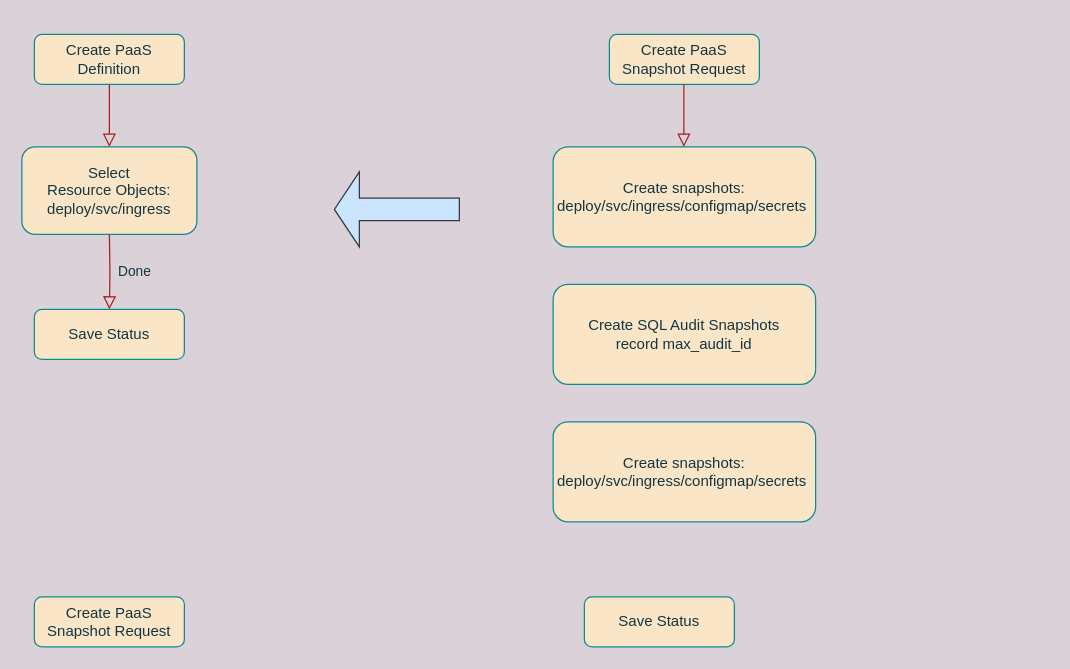
Earlier version of the draw.io diagram create_paas_definition_flow.drawio (Owenxh/docs). Source tidied: cells renumbered, new cells numbered last; positions are measured from the earlier drawing's top-left corner, leaving out a move shared by most shapes. Both pictures are drawn from the tidied source at 125%, with x=0, y=0 at pixel (21, 34).
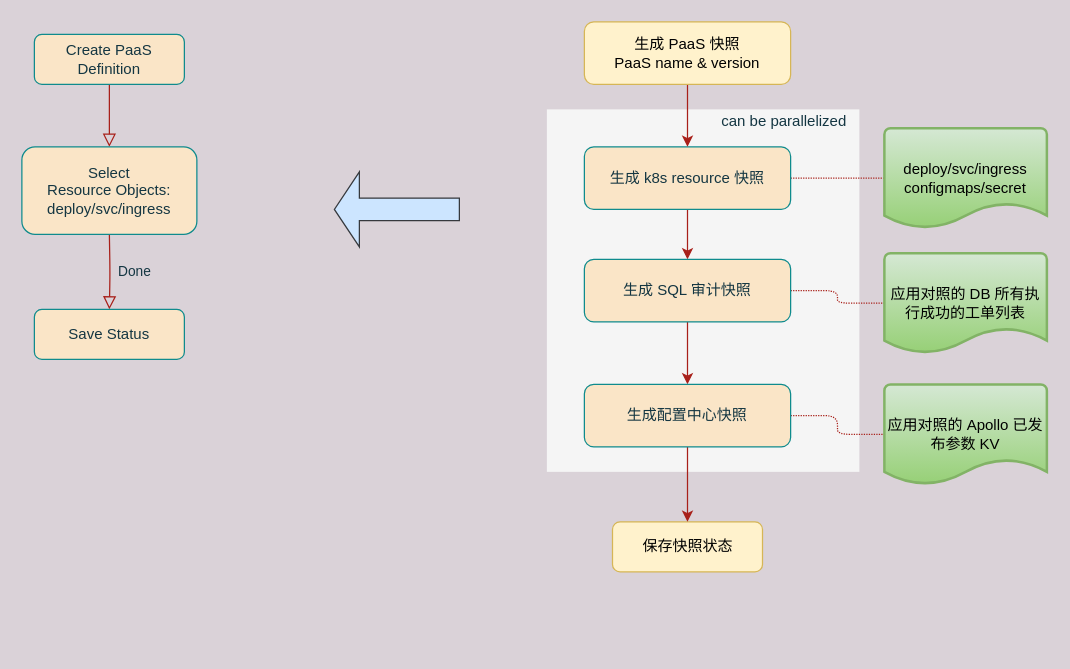
The same page after the edit.

The edit, as a diff of the source:
```diff
@@
+    <mxCell id="15" style="rounded=0;whiteSpace=wrap;html=1;sketch=0;fontColor=#333333;strokeColor=none;fillColor=#f5f5f5;align=left;" parent="1" vertex="1">
+      <mxGeometry x="420" y="60" width="250" height="290" as="geometry" />
+    </mxCell>
@@
-    <mxCell id="7" value="Create PaaS Snapshot Request" style="rounded=1;whiteSpace=wrap;html=1;fontSize=12;glass=0;strokeWidth=1;shadow=0;fillColor=#FAE5C7;strokeColor=#0F8B8D;fontColor=#143642;" parent="1" vertex="1">
-      <mxGeometry x="470" width="120" height="40" as="geometry" />
-    </mxCell>
-    <mxCell id="8" style="rounded=1;html=1;jettySize=auto;orthogonalLoop=1;fontSize=11;endArrow=block;endFill=0;endSize=8;strokeWidth=1;shadow=0;labelBackgroundColor=none;edgeStyle=orthogonalEdgeStyle;strokeColor=#A8201A;fontColor=#143642;" parent="1" edge="1">
-      <mxGeometry relative="1" as="geometry">
-        <mxPoint x="529.6" y="40" as="sourcePoint" />
-        <mxPoint x="529.6" y="90" as="targetPoint" />
-      </mxGeometry>
-    </mxCell>
-    <mxCell id="9" value="Create snapshots:&lt;br&gt;deploy/svc/ingress/configmap/secrets&amp;nbsp;" style="rounded=1;whiteSpace=wrap;html=1;fontSize=12;glass=0;strokeWidth=1;shadow=0;fillColor=#FAE5C7;strokeColor=#0F8B8D;fontColor=#143642;" parent="1" vertex="1">
-      <mxGeometry x="425" y="90" width="210" height="80" as="geometry" />
-    </mxCell>
-    <mxCell id="10" value="Save Status" style="rounded=1;whiteSpace=wrap;html=1;fontSize=12;glass=0;strokeWidth=1;shadow=0;fillColor=#FAE5C7;strokeColor=#0F8B8D;fontColor=#143642;" parent="1" vertex="1">
-      <mxGeometry x="450" y="450" width="120" height="40" as="geometry" />
+    <mxCell id="10" value="保存快照状态" style="rounded=1;whiteSpace=wrap;html=1;fontSize=12;glass=0;strokeWidth=1;shadow=0;fillColor=#fff2cc;strokeColor=#d6b656;" parent="1" vertex="1">
+      <mxGeometry x="472.5" y="390" width="120" height="40" as="geometry" />
     </mxCell>
@@
-    <mxCell id="12" value="Create PaaS Snapshot Request" style="rounded=1;whiteSpace=wrap;html=1;fontSize=12;glass=0;strokeWidth=1;shadow=0;fillColor=#FAE5C7;strokeColor=#0F8B8D;fontColor=#143642;" parent="1" vertex="1">
-      <mxGeometry x="10" y="450" width="120" height="40" as="geometry" />
-    </mxCell>
-    <mxCell id="13" value="Create SQL Audit Snapshots&lt;br&gt;record max_audit_id" style="rounded=1;whiteSpace=wrap;html=1;fontSize=12;glass=0;strokeWidth=1;shadow=0;fillColor=#FAE5C7;strokeColor=#0F8B8D;fontColor=#143642;" parent="1" vertex="1">
-      <mxGeometry x="425" y="200" width="210" height="80" as="geometry" />
-    </mxCell>
-    <mxCell id="14" value="Create snapshots:&lt;br&gt;deploy/svc/ingress/configmap/secrets&amp;nbsp;" style="rounded=1;whiteSpace=wrap;html=1;fontSize=12;glass=0;strokeWidth=1;shadow=0;fillColor=#FAE5C7;strokeColor=#0F8B8D;fontColor=#143642;" parent="1" vertex="1">
-      <mxGeometry x="425" y="310" width="210" height="80" as="geometry" />
-    </mxCell>
+    <mxCell id="16" style="edgeStyle=orthogonalEdgeStyle;curved=0;rounded=1;sketch=0;jettySize=auto;html=1;fontColor=#143642;strokeColor=#A8201A;fillColor=#FAE5C7;" parent="1" edge="1" source="18" target="21">
+      <mxGeometry relative="1" as="geometry" />
+    </mxCell>
+    <mxCell id="17" style="edgeStyle=orthogonalEdgeStyle;curved=0;rounded=1;sketch=0;jettySize=auto;html=1;fontColor=#143642;strokeColor=#A8201A;fillColor=#FAE5C7;dashed=1;dashPattern=1 1;endArrow=none;endFill=0;" parent="1" edge="1" source="18" target="27">
+      <mxGeometry relative="1" as="geometry" />
+    </mxCell>
+    <mxCell id="18" value="生成 k8s resource 快照" style="rounded=1;whiteSpace=wrap;html=1;fontSize=12;glass=0;strokeWidth=1;shadow=0;fillColor=#FAE5C7;strokeColor=#0F8B8D;fontColor=#143642;" parent="1" vertex="1">
+      <mxGeometry x="450" y="90" width="165" height="50" as="geometry" />
+    </mxCell>
+    <mxCell id="19" style="edgeStyle=orthogonalEdgeStyle;curved=0;rounded=1;sketch=0;jettySize=auto;html=1;fontColor=#143642;strokeColor=#A8201A;fillColor=#FAE5C7;" parent="1" edge="1" source="21" target="24">
+      <mxGeometry relative="1" as="geometry" />
+    </mxCell>
+    <mxCell id="20" style="edgeStyle=orthogonalEdgeStyle;curved=0;rounded=1;sketch=0;jettySize=auto;html=1;fontColor=#143642;strokeColor=#A8201A;fillColor=#FAE5C7;dashed=1;dashPattern=1 1;endArrow=none;endFill=0;" parent="1" edge="1" source="21" target="28">
+      <mxGeometry relative="1" as="geometry" />
+    </mxCell>
+    <mxCell id="21" value="生成 SQL 审计快照" style="rounded=1;whiteSpace=wrap;html=1;fontSize=12;glass=0;strokeWidth=1;shadow=0;fillColor=#FAE5C7;strokeColor=#0F8B8D;fontColor=#143642;" parent="1" vertex="1">
+      <mxGeometry x="450" y="180" width="165" height="50" as="geometry" />
+    </mxCell>
+    <mxCell id="22" style="edgeStyle=orthogonalEdgeStyle;curved=0;rounded=1;sketch=0;jettySize=auto;html=1;fontColor=#143642;strokeColor=#A8201A;fillColor=#FAE5C7;" parent="1" edge="1" source="24" target="10">
+      <mxGeometry relative="1" as="geometry" />
+    </mxCell>
+    <mxCell id="23" style="edgeStyle=orthogonalEdgeStyle;curved=0;rounded=1;sketch=0;jettySize=auto;html=1;dashed=1;dashPattern=1 1;fontColor=#143642;endArrow=none;endFill=0;strokeColor=#A8201A;fillColor=#FAE5C7;" parent="1" edge="1" source="24" target="29">
+      <mxGeometry relative="1" as="geometry" />
+    </mxCell>
+    <mxCell id="24" value="生成配置中心快照" style="rounded=1;whiteSpace=wrap;html=1;fontSize=12;glass=0;strokeWidth=1;shadow=0;fillColor=#FAE5C7;strokeColor=#0F8B8D;fontColor=#143642;" parent="1" vertex="1">
+      <mxGeometry x="450" y="280" width="165" height="50" as="geometry" />
+    </mxCell>
+    <mxCell id="25" style="edgeStyle=orthogonalEdgeStyle;curved=0;rounded=1;sketch=0;jettySize=auto;html=1;fontColor=#143642;strokeColor=#A8201A;fillColor=#FAE5C7;" parent="1" edge="1" source="26" target="18">
+      <mxGeometry relative="1" as="geometry" />
+    </mxCell>
+    <mxCell id="26" value="生成 PaaS 快照&lt;br&gt;PaaS name &amp;amp; version" style="rounded=1;whiteSpace=wrap;html=1;fontSize=12;glass=0;strokeWidth=1;shadow=0;fillColor=#fff2cc;strokeColor=#d6b656;" parent="1" vertex="1">
+      <mxGeometry x="450" y="-10" width="165" height="50" as="geometry" />
+    </mxCell>
+    <mxCell id="27" value="deploy/svc/ingress&lt;br&gt;configmaps/secret" style="strokeWidth=2;html=1;shape=mxgraph.flowchart.document2;whiteSpace=wrap;size=0.25;rounded=0;sketch=0;fillColor=#d5e8d4;gradientColor=#97d077;strokeColor=#82b366;" parent="1" vertex="1">
+      <mxGeometry x="690" y="75" width="130" height="80" as="geometry" />
+    </mxCell>
+    <mxCell id="28" value="应用对照的 DB 所有执行成功的工单列表" style="strokeWidth=2;html=1;shape=mxgraph.flowchart.document2;whiteSpace=wrap;size=0.25;rounded=0;sketch=0;fillColor=#d5e8d4;gradientColor=#97d077;strokeColor=#82b366;" parent="1" vertex="1">
+      <mxGeometry x="690" y="175" width="130" height="80" as="geometry" />
+    </mxCell>
+    <mxCell id="29" value="应用对照的 Apollo 已发布参数 KV" style="strokeWidth=2;html=1;shape=mxgraph.flowchart.document2;whiteSpace=wrap;size=0.25;rounded=0;sketch=0;fillColor=#d5e8d4;gradientColor=#97d077;strokeColor=#82b366;" parent="1" vertex="1">
+      <mxGeometry x="690" y="280" width="130" height="80" as="geometry" />
+    </mxCell>
+    <mxCell id="30" value="can be parallelized" style="rounded=0;whiteSpace=wrap;html=1;sketch=0;fontColor=#143642;strokeColor=none;fillColor=none;gradientColor=none;" parent="1" vertex="1">
+      <mxGeometry x="550" y="40" width="120" height="60" as="geometry" />
+    </mxCell>
```
